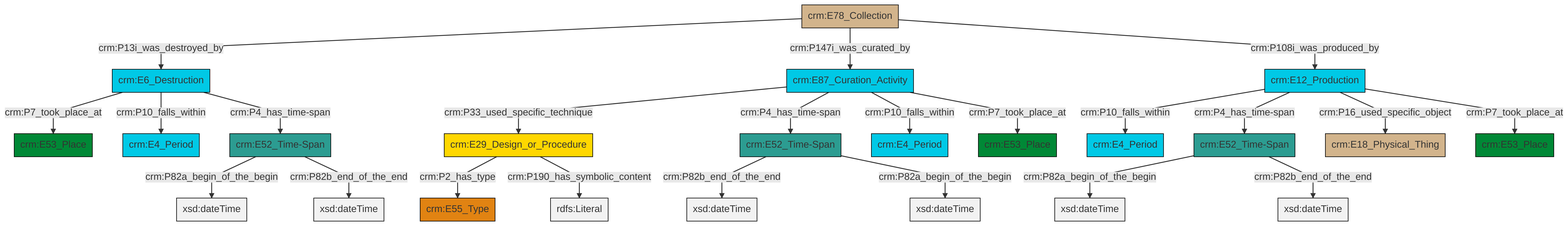
This is et/archivalCSV/ttl/mmd/png/archival_existence.png from swiss-art-research-net/docs.swissartresearch, a Mermaid export, as it was before one commit. Its source is kept beside it as et/archivalCSV/ttl/mmd/archival_existence.ttl.mmd.
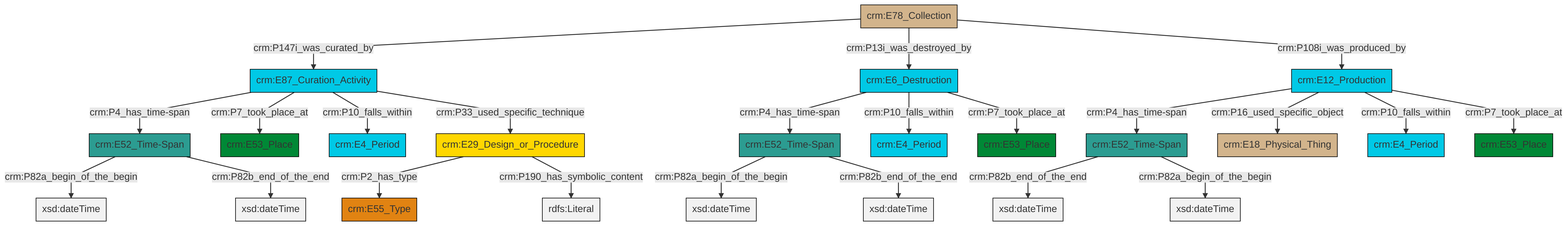
The same file after the commit.

What changed in the source:
```diff
@@ -13,25 +13,25 @@
 classDef PC_Classes fill:#4ce600, stroke:#000000;
 classDef Multi fill:#cccccc,stroke:#000000;
 
-2["crm:E12_Production"]:::Temporal_Entity -->|crm:P10_falls_within| 3["crm:E4_Period"]:::Temporal_Entity
-4["crm:E52_Time-Span"]:::Time-Span -->|crm:P82a_begin_of_the_begin| 5[xsd:dateTime]:::Literal
-2["crm:E12_Production"]:::Temporal_Entity -->|crm:P4_has_time-span| 4["crm:E52_Time-Span"]:::Time-Span
-2["crm:E12_Production"]:::Temporal_Entity -->|crm:P16_used_specific_object| 6["crm:E18_Physical_Thing"]:::Physical_Thing
-9["crm:E6_Destruction"]:::Temporal_Entity -->|crm:P7_took_place_at| 7["crm:E53_Place"]:::Place
-10["crm:E52_Time-Span"]:::Time-Span -->|crm:P82b_end_of_the_end| 11[xsd:dateTime]:::Literal
-9["crm:E6_Destruction"]:::Temporal_Entity -->|crm:P10_falls_within| 14["crm:E4_Period"]:::Temporal_Entity
-9["crm:E6_Destruction"]:::Temporal_Entity -->|crm:P4_has_time-span| 15["crm:E52_Time-Span"]:::Time-Span
-16["crm:E87_Curation_Activity"]:::Temporal_Entity -->|crm:P33_used_specific_technique| 17["crm:E29_Design_or_Procedure"]:::Conceptual_Object
-20["crm:E78_Collection"]:::Physical_Thing -->|crm:P13i_was_destroyed_by| 9["crm:E6_Destruction"]:::Temporal_Entity
-10["crm:E52_Time-Span"]:::Time-Span -->|crm:P82a_begin_of_the_begin| 24[xsd:dateTime]:::Literal
-2["crm:E12_Production"]:::Temporal_Entity -->|crm:P7_took_place_at| 25["crm:E53_Place"]:::Place
-20["crm:E78_Collection"]:::Physical_Thing -->|crm:P147i_was_curated_by| 16["crm:E87_Curation_Activity"]:::Temporal_Entity
-16["crm:E87_Curation_Activity"]:::Temporal_Entity -->|crm:P4_has_time-span| 10["crm:E52_Time-Span"]:::Time-Span
-15["crm:E52_Time-Span"]:::Time-Span -->|crm:P82a_begin_of_the_begin| 29[xsd:dateTime]:::Literal
-16["crm:E87_Curation_Activity"]:::Temporal_Entity -->|crm:P10_falls_within| 0["crm:E4_Period"]:::Temporal_Entity
-4["crm:E52_Time-Span"]:::Time-Span -->|crm:P82b_end_of_the_end| 30[xsd:dateTime]:::Literal
-16["crm:E87_Curation_Activity"]:::Temporal_Entity -->|crm:P7_took_place_at| 12["crm:E53_Place"]:::Place
-17["crm:E29_Design_or_Procedure"]:::Conceptual_Object -->|crm:P2_has_type| 18["crm:E55_Type"]:::Type
-20["crm:E78_Collection"]:::Physical_Thing -->|crm:P108i_was_produced_by| 2["crm:E12_Production"]:::Temporal_Entity
-15["crm:E52_Time-Span"]:::Time-Span -->|crm:P82b_end_of_the_end| 36[xsd:dateTime]:::Literal
-17["crm:E29_Design_or_Procedure"]:::Conceptual_Object -->|crm:P190_has_symbolic_content| 37[rdfs:Literal]:::Literal
+0["crm:E87_Curation_Activity"]:::Temporal_Entity -->|crm:P4_has_time-span| 1["crm:E52_Time-Span"]:::Time-Span
+6["crm:E78_Collection"]:::Physical_Thing -->|crm:P147i_was_curated_by| 0["crm:E87_Curation_Activity"]:::Temporal_Entity
+4["crm:E6_Destruction"]:::Temporal_Entity -->|crm:P4_has_time-span| 7["crm:E52_Time-Span"]:::Time-Span
+0["crm:E87_Curation_Activity"]:::Temporal_Entity -->|crm:P7_took_place_at| 8["crm:E53_Place"]:::Place
+6["crm:E78_Collection"]:::Physical_Thing -->|crm:P13i_was_destroyed_by| 4["crm:E6_Destruction"]:::Temporal_Entity
+0["crm:E87_Curation_Activity"]:::Temporal_Entity -->|crm:P10_falls_within| 9["crm:E4_Period"]:::Temporal_Entity
+7["crm:E52_Time-Span"]:::Time-Span -->|crm:P82a_begin_of_the_begin| 11[xsd:dateTime]:::Literal
+15["crm:E29_Design_or_Procedure"]:::Conceptual_Object -->|crm:P2_has_type| 12["crm:E55_Type"]:::Type
+18["crm:E12_Production"]:::Temporal_Entity -->|crm:P4_has_time-span| 2["crm:E52_Time-Span"]:::Time-Span
+4["crm:E6_Destruction"]:::Temporal_Entity -->|crm:P10_falls_within| 16["crm:E4_Period"]:::Temporal_Entity
+0["crm:E87_Curation_Activity"]:::Temporal_Entity -->|crm:P33_used_specific_technique| 15["crm:E29_Design_or_Procedure"]:::Conceptual_Object
+15["crm:E29_Design_or_Procedure"]:::Conceptual_Object -->|crm:P190_has_symbolic_content| 24[rdfs:Literal]:::Literal
+4["crm:E6_Destruction"]:::Temporal_Entity -->|crm:P7_took_place_at| 25["crm:E53_Place"]:::Place
+6["crm:E78_Collection"]:::Physical_Thing -->|crm:P108i_was_produced_by| 18["crm:E12_Production"]:::Temporal_Entity
+18["crm:E12_Production"]:::Temporal_Entity -->|crm:P16_used_specific_object| 28["crm:E18_Physical_Thing"]:::Physical_Thing
+18["crm:E12_Production"]:::Temporal_Entity -->|crm:P10_falls_within| 19["crm:E4_Period"]:::Temporal_Entity
+1["crm:E52_Time-Span"]:::Time-Span -->|crm:P82a_begin_of_the_begin| 32[xsd:dateTime]:::Literal
+18["crm:E12_Production"]:::Temporal_Entity -->|crm:P7_took_place_at| 21["crm:E53_Place"]:::Place
+2["crm:E52_Time-Span"]:::Time-Span -->|crm:P82b_end_of_the_end| 35[xsd:dateTime]:::Literal
+1["crm:E52_Time-Span"]:::Time-Span -->|crm:P82b_end_of_the_end| 36[xsd:dateTime]:::Literal
+2["crm:E52_Time-Span"]:::Time-Span -->|crm:P82a_begin_of_the_begin| 37[xsd:dateTime]:::Literal
+7["crm:E52_Time-Span"]:::Time-Span -->|crm:P82b_end_of_the_end| 38[xsd:dateTime]:::Literal
```
